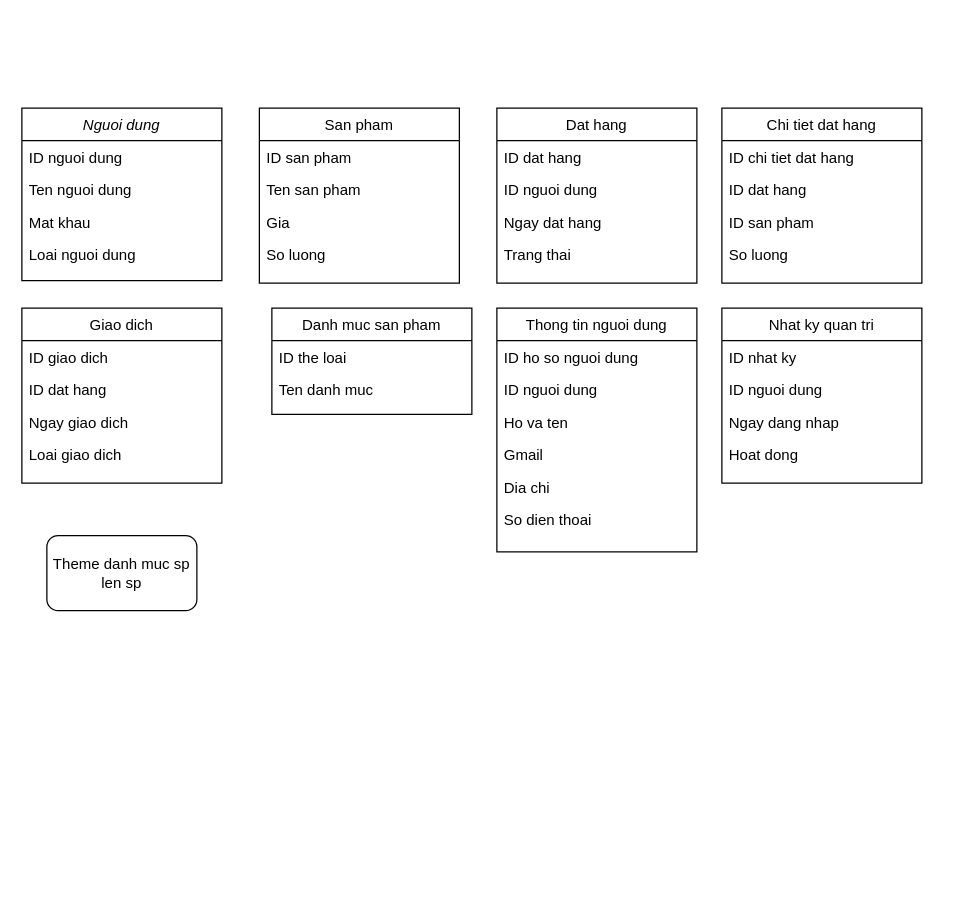
Earlier version of the draw.io diagram Untitled Diagram.drawio (DangNgocDuong250903/DoAn). Source tidied: cells renumbered, new cells numbered last; positions are measured from the earlier drawing's top-left corner, leaving out a move shared by most shapes. Both pictures are drawn from the tidied source at 125%, with x=0, y=0 at pixel (21, 108).
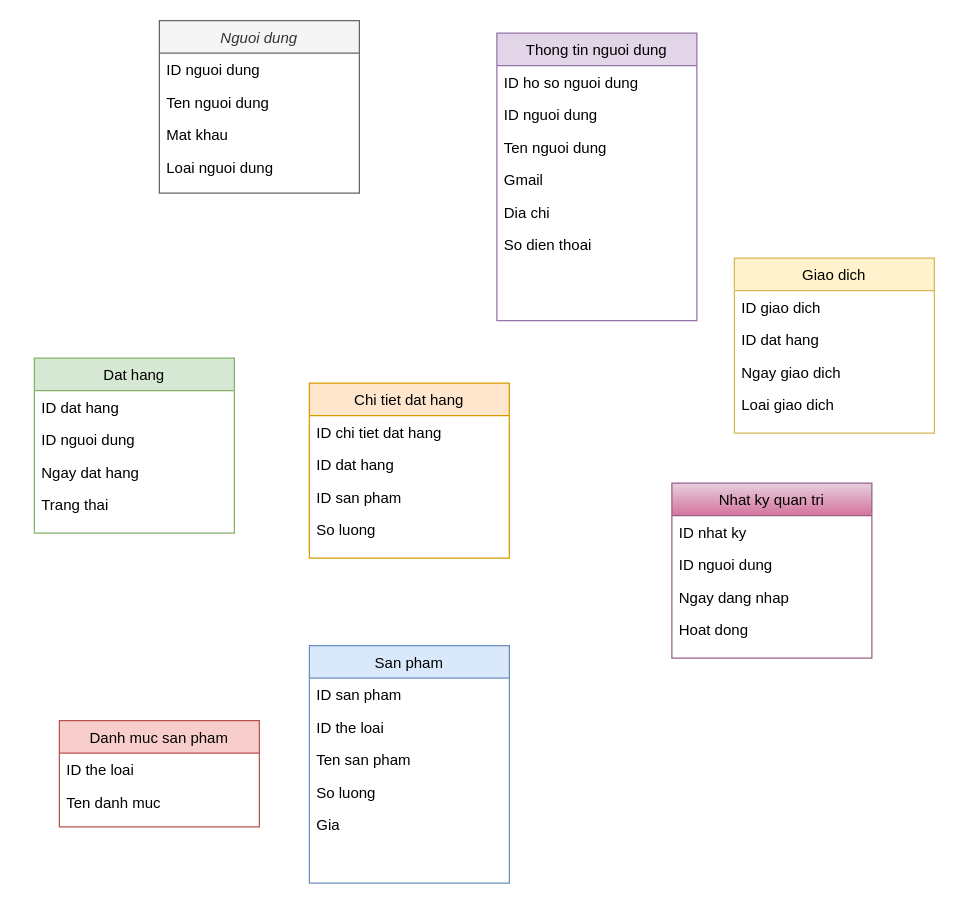
The same diagram, later.

Change to the diagram source:
```diff
@@
-    <mxCell id="2" value="Nguoi dung" style="swimlane;fontStyle=2;align=center;verticalAlign=top;horizontal=1;startSize=26;rounded=0;shadow=0;strokeWidth=1;" parent="1" vertex="1">
-      <mxGeometry width="160" height="138" as="geometry" />
+    <mxCell id="2" value="Nguoi dung" style="swimlane;fontStyle=2;align=center;verticalAlign=top;horizontal=1;startSize=26;rounded=0;shadow=0;strokeWidth=1;fillColor=#f5f5f5;fontColor=#333333;strokeColor=#666666;" parent="1" vertex="1">
+      <mxGeometry x="110" y="-70" width="160" height="138" as="geometry" />
     </mxCell>
@@
-    <mxCell id="7" value="San pham" style="swimlane;fontStyle=0;align=center;verticalAlign=top;horizontal=1;startSize=26;rounded=0;shadow=0;strokeWidth=1;" parent="1" vertex="1">
-      <mxGeometry x="190" width="160" height="140" as="geometry" />
+    <mxCell id="7" value="San pham" style="swimlane;fontStyle=0;align=center;verticalAlign=top;horizontal=1;startSize=26;rounded=0;shadow=0;strokeWidth=1;fillColor=#dae8fc;strokeColor=#6c8ebf;" parent="1" vertex="1">
+      <mxGeometry x="230" y="430" width="160" height="190" as="geometry" />
     </mxCell>
@@
+    <mxCell id="28" value="ID the loai" style="text;align=left;verticalAlign=top;spacingLeft=4;spacingRight=4;overflow=hidden;" parent="7" vertex="1">
+      <mxGeometry y="52" width="160" height="26" as="geometry" />
+    </mxCell>
     <mxCell id="9" value="Ten san pham" style="text;align=left;verticalAlign=top;spacingLeft=4;spacingRight=4;overflow=hidden;rounded=0;shadow=0;html=0;" parent="7" vertex="1">
-      <mxGeometry y="52" width="160" height="26" as="geometry" />
+      <mxGeometry y="78" width="160" height="26" as="geometry" />
     </mxCell>
+    <mxCell id="11" value="So luong" style="text;align=left;verticalAlign=top;spacingLeft=4;spacingRight=4;overflow=hidden;rounded=0;shadow=0;html=0;" parent="7" vertex="1">
+      <mxGeometry y="104" width="160" height="26" as="geometry" />
+    </mxCell>
     <mxCell id="10" value="Gia" style="text;align=left;verticalAlign=top;spacingLeft=4;spacingRight=4;overflow=hidden;rounded=0;shadow=0;html=0;" parent="7" vertex="1">
-      <mxGeometry y="78" width="160" height="26" as="geometry" />
+      <mxGeometry y="130" width="160" height="26" as="geometry" />
     </mxCell>
-    <mxCell id="11" value="So luong" style="text;align=left;verticalAlign=top;spacingLeft=4;spacingRight=4;overflow=hidden;rounded=0;shadow=0;html=0;" parent="7" vertex="1">
-      <mxGeometry y="104" width="160" height="26" as="geometry" />
-    </mxCell>
-    <mxCell id="12" value="Dat hang" style="swimlane;fontStyle=0;align=center;verticalAlign=top;horizontal=1;startSize=26;rounded=0;shadow=0;strokeWidth=1;" parent="1" vertex="1">
-      <mxGeometry x="380" width="160" height="140" as="geometry" />
+    <mxCell id="12" value="Dat hang" style="swimlane;fontStyle=0;align=center;verticalAlign=top;horizontal=1;startSize=26;rounded=0;shadow=0;strokeWidth=1;fillColor=#d5e8d4;strokeColor=#82b366;" parent="1" vertex="1">
+      <mxGeometry x="10" y="200" width="160" height="140" as="geometry" />
     </mxCell>
@@
-    <mxCell id="17" value="Chi tiet dat hang" style="swimlane;fontStyle=0;align=center;verticalAlign=top;horizontal=1;startSize=26;rounded=0;shadow=0;strokeWidth=1;" parent="1" vertex="1">
-      <mxGeometry x="560" width="160" height="140" as="geometry" />
+    <mxCell id="17" value="Chi tiet dat hang" style="swimlane;fontStyle=0;align=center;verticalAlign=top;horizontal=1;startSize=26;rounded=0;shadow=0;strokeWidth=1;fillColor=#ffe6cc;strokeColor=#d79b00;" parent="1" vertex="1">
+      <mxGeometry x="230" y="220" width="160" height="140" as="geometry" />
     </mxCell>
@@
-    <mxCell id="22" value="Giao dich" style="swimlane;fontStyle=0;align=center;verticalAlign=top;horizontal=1;startSize=26;rounded=0;shadow=0;strokeWidth=1;" parent="1" vertex="1">
-      <mxGeometry y="160" width="160" height="140" as="geometry" />
+    <mxCell id="22" value="Giao dich" style="swimlane;fontStyle=0;align=center;verticalAlign=top;horizontal=1;startSize=26;rounded=0;shadow=0;strokeWidth=1;fillColor=#fff2cc;strokeColor=#d6b656;" parent="1" vertex="1">
+      <mxGeometry x="570" y="120" width="160" height="140" as="geometry" />
     </mxCell>
@@
-    <mxCell id="27" value="Danh muc san pham" style="swimlane;fontStyle=0;align=center;verticalAlign=top;horizontal=1;startSize=26;rounded=0;shadow=0;strokeWidth=1;" parent="1" vertex="1">
-      <mxGeometry x="200" y="160" width="160" height="85" as="geometry" />
+    <mxCell id="27" value="Danh muc san pham" style="swimlane;fontStyle=0;align=center;verticalAlign=top;horizontal=1;startSize=26;rounded=0;shadow=0;strokeWidth=1;fillColor=#f8cecc;strokeColor=#b85450;" parent="1" vertex="1">
+      <mxGeometry x="30" y="490" width="160" height="85" as="geometry" />
     </mxCell>
-    <mxCell id="28" value="ID the loai" style="text;align=left;verticalAlign=top;spacingLeft=4;spacingRight=4;overflow=hidden;" parent="27" vertex="1">
-      <mxGeometry y="26" width="160" height="26" as="geometry" />
-    </mxCell>
+    <mxCell id="43" value="ID the loai" style="text;align=left;verticalAlign=top;spacingLeft=4;spacingRight=4;overflow=hidden;" parent="27" vertex="1">
+      <mxGeometry y="26" width="160" height="26" as="geometry" />
+    </mxCell>
@@
-    <mxCell id="30" value="Thong tin nguoi dung" style="swimlane;fontStyle=0;align=center;verticalAlign=top;horizontal=1;startSize=26;rounded=0;shadow=0;strokeWidth=1;" parent="1" vertex="1">
-      <mxGeometry x="380" y="160" width="160" height="195" as="geometry" />
+    <mxCell id="30" value="Thong tin nguoi dung" style="swimlane;fontStyle=0;align=center;verticalAlign=top;horizontal=1;startSize=26;rounded=0;shadow=0;strokeWidth=1;fillColor=#e1d5e7;strokeColor=#9673a6;" parent="1" vertex="1">
+      <mxGeometry x="380" y="-60" width="160" height="230" as="geometry" />
     </mxCell>
@@
-    <mxCell id="33" value="Ho va ten" style="text;align=left;verticalAlign=top;spacingLeft=4;spacingRight=4;overflow=hidden;rounded=0;shadow=0;html=0;" parent="30" vertex="1">
+    <mxCell id="33" value="Ten nguoi dung" style="text;align=left;verticalAlign=top;spacingLeft=4;spacingRight=4;overflow=hidden;rounded=0;shadow=0;html=0;" parent="30" vertex="1">
       <mxGeometry y="78" width="160" height="26" as="geometry" />
     </mxCell>
@@
-    <mxCell id="37" value="Nhat ky quan tri" style="swimlane;fontStyle=0;align=center;verticalAlign=top;horizontal=1;startSize=26;rounded=0;shadow=0;strokeWidth=1;" parent="1" vertex="1">
-      <mxGeometry x="560" y="160" width="160" height="140" as="geometry" />
+    <mxCell id="37" value="Nhat ky quan tri" style="swimlane;fontStyle=0;align=center;verticalAlign=top;horizontal=1;startSize=26;rounded=0;shadow=0;strokeWidth=1;fillColor=#e6d0de;strokeColor=#996185;gradientColor=#d5739d;" parent="1" vertex="1">
+      <mxGeometry x="520" y="300" width="160" height="140" as="geometry" />
     </mxCell>
@@
-    <mxCell id="42" value="Theme danh muc sp len sp&lt;br&gt;" style="rounded=1;whiteSpace=wrap;html=1;" parent="1" vertex="1">
-      <mxGeometry x="20" y="342" width="120" height="60" as="geometry" />
-    </mxCell>
```
